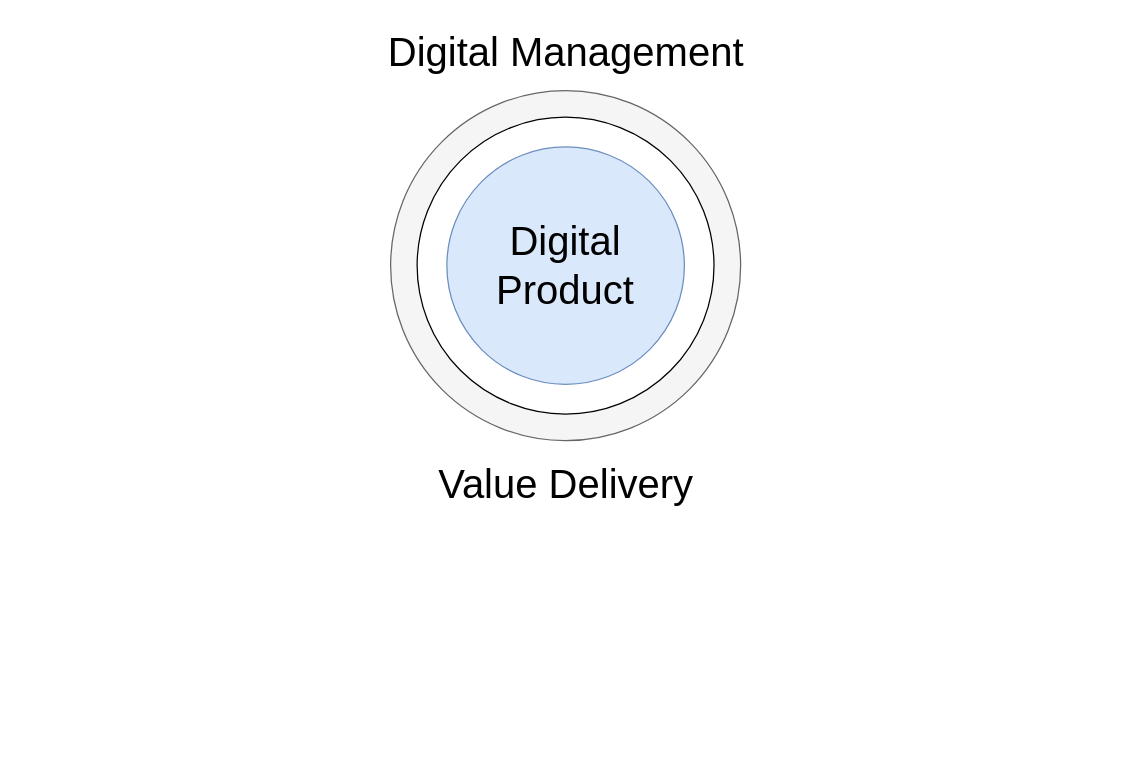
Before: page "Digital Management" (1 of 5) of IT4IT.drawio in darrellcbrown/it4it, a draw.io diagram. Source tidied: cells renumbered, new cells numbered last; positions are measured from the earlier drawing's top-left corner, leaving out a move shared by most shapes. Both pictures are drawn from the tidied source at 125%, with x=0, y=0 at pixel (371, 21).
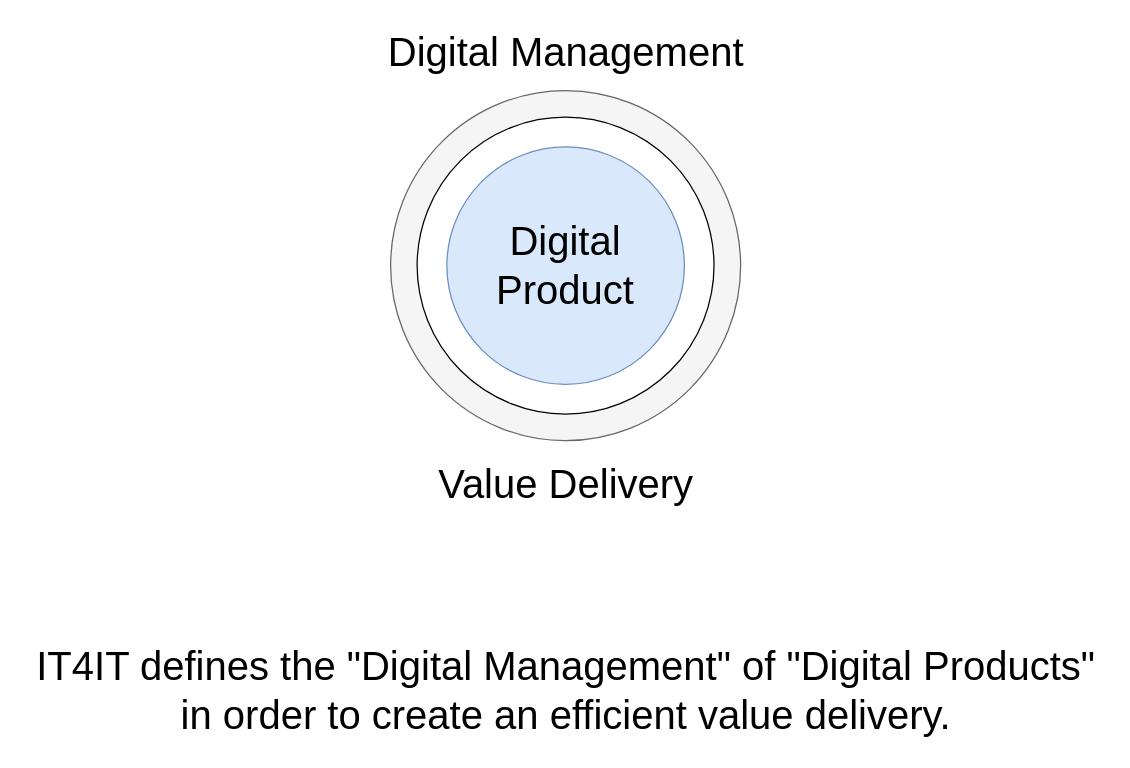
Above is the later version.

The edit, as a diff of the source:
```diff
@@
 <mxGraphModel>
   <root>
     <mxCell id="0" />
     <mxCell id="1" parent="0" />
     <mxCell id="2" style="ellipse;whiteSpace=wrap;html=1;labelBackgroundColor=none;fontSize=32;fillColor=#f5f5f5;fontColor=#333333;strokeColor=#666666;" parent="1" vertex="1">
       <mxGeometry x="15" y="55" width="280" height="280" as="geometry" />
     </mxCell>
     <mxCell id="3" style="ellipse;whiteSpace=wrap;html=1;labelBackgroundColor=none;fontSize=32;" parent="1" vertex="1">
       <mxGeometry x="36.2" y="76.2" width="237.5" height="237.5" as="geometry" />
     </mxCell>
     <mxCell id="4" value="Digital Product" style="ellipse;whiteSpace=wrap;html=1;labelBackgroundColor=none;fontSize=32;fillColor=#dae8fc;strokeColor=#6c8ebf;" parent="1" vertex="1">
       <mxGeometry x="60" y="100" width="190" height="190" as="geometry" />
     </mxCell>
     <mxCell id="5" value="Digital Management" style="text;html=1;align=center;verticalAlign=middle;strokeColor=none;fillColor=none;fontSize=32;" parent="1" vertex="1">
       <mxGeometry width="310" height="50" as="geometry" />
     </mxCell>
     <mxCell id="6" value="Value Delivery" style="text;html=1;align=center;verticalAlign=middle;strokeColor=none;fillColor=none;fontSize=32;" parent="1" vertex="1">
       <mxGeometry x="40" y="345" width="230" height="50" as="geometry" />
     </mxCell>
+    <mxCell id="7" value="IT4IT defines the &quot;Digital Management&quot; of &quot;Digital Products&quot;&lt;br&gt;in order to create an efficient value delivery." style="text;html=1;align=center;verticalAlign=middle;strokeColor=none;fillColor=none;fontSize=32;" parent="1" vertex="1">
+      <mxGeometry x="-280" y="490" width="870" height="90" as="geometry" />
+    </mxCell>
   </root>
 </mxGraphModel>
```
